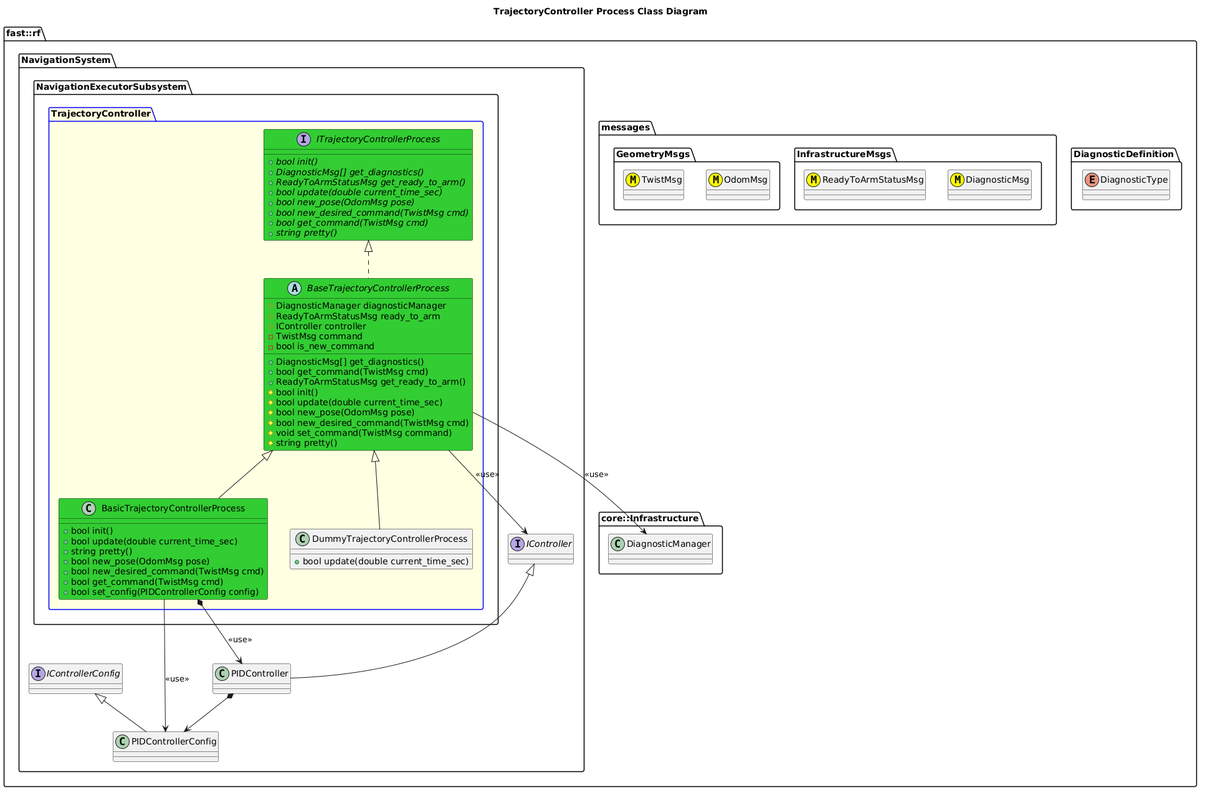
Earlier version of the PlantUML export Systems/Navigation/Subsystems/NavigationExecutor/Processes/TrajectoryController/doc/puml/TrajectoryControllerProcessClassDiagram.png (fastrobotics/robot_framework).
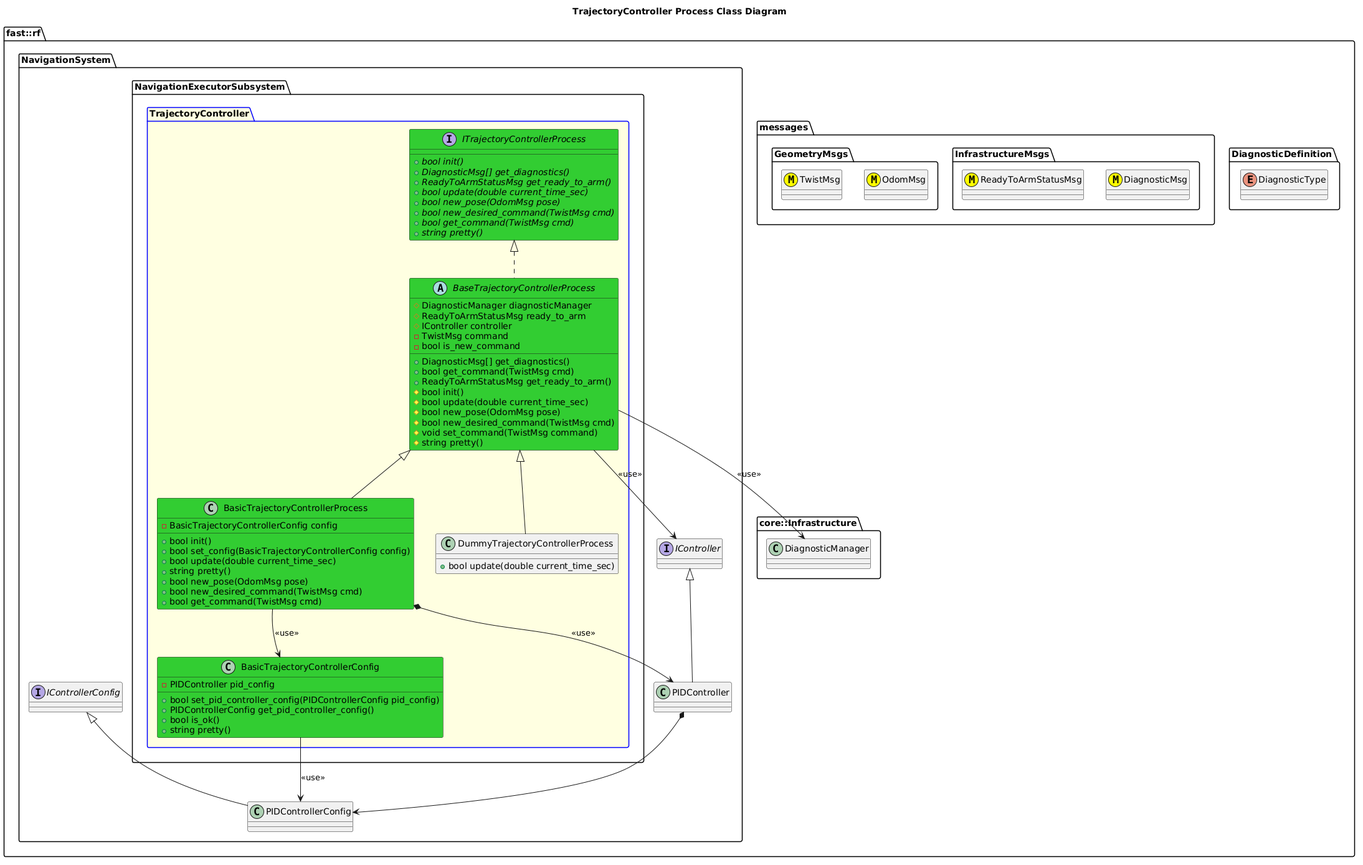
The same file after the commit.

The edit, as a diff of the source:
```diff
@@ -59,19 +59,30 @@
         BaseTrajectoryControllerProcess --> IController: <<use>>
         BaseTrajectoryControllerProcess --> DiagnosticManager: <<use>>
         BaseTrajectoryControllerProcess .up.|> ITrajectoryControllerProcess
+        class BasicTrajectoryControllerConfig #LimeGreen {
+          +bool set_pid_controller_config(PIDControllerConfig pid_config)
+          +PIDControllerConfig get_pid_controller_config()
+          +bool is_ok()
+          +string pretty()
+          -PIDController pid_config
+        }
+
+        BasicTrajectoryControllerConfig --> PIDControllerConfig: <<use>>
         class BasicTrajectoryControllerProcess #LimeGreen {
           +bool init()
+          +bool set_config(BasicTrajectoryControllerConfig config)
           +bool update(double current_time_sec)
           +string pretty()
           +bool new_pose(OdomMsg pose)
           +bool new_desired_command(TwistMsg cmd)
           +bool get_command(TwistMsg cmd)
-          +bool set_config(PIDControllerConfig config)
+          -BasicTrajectoryControllerConfig config
+
 
         }
         BasicTrajectoryControllerProcess -up-|> BaseTrajectoryControllerProcess
+        BasicTrajectoryControllerProcess --> BasicTrajectoryControllerConfig: <<use>>
         BasicTrajectoryControllerProcess *-> PIDController: <<use>>
-        BasicTrajectoryControllerProcess --> PIDControllerConfig: <<use>>
         class DummyTrajectoryControllerProcess {
           +bool update(double current_time_sec)
         }
```
